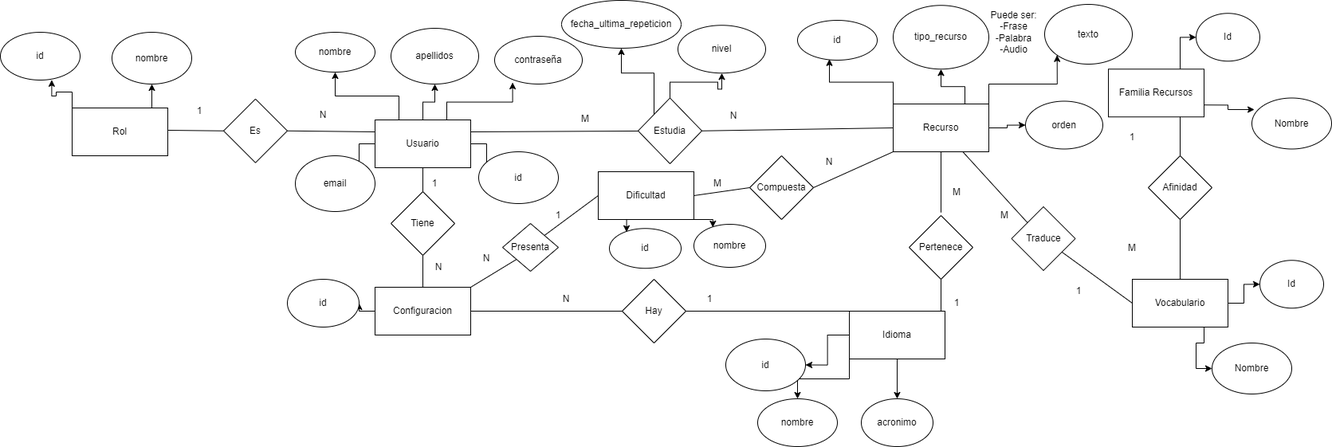
josu1995/TFM keeps this draw.io diagram as imagenes/base de datos.drawio.png. Above is the earlier version. Source tidied: cells renumbered, new cells last; positions are measured from the earlier drawing's top-left corner, leaving out a move shared by most shapes.
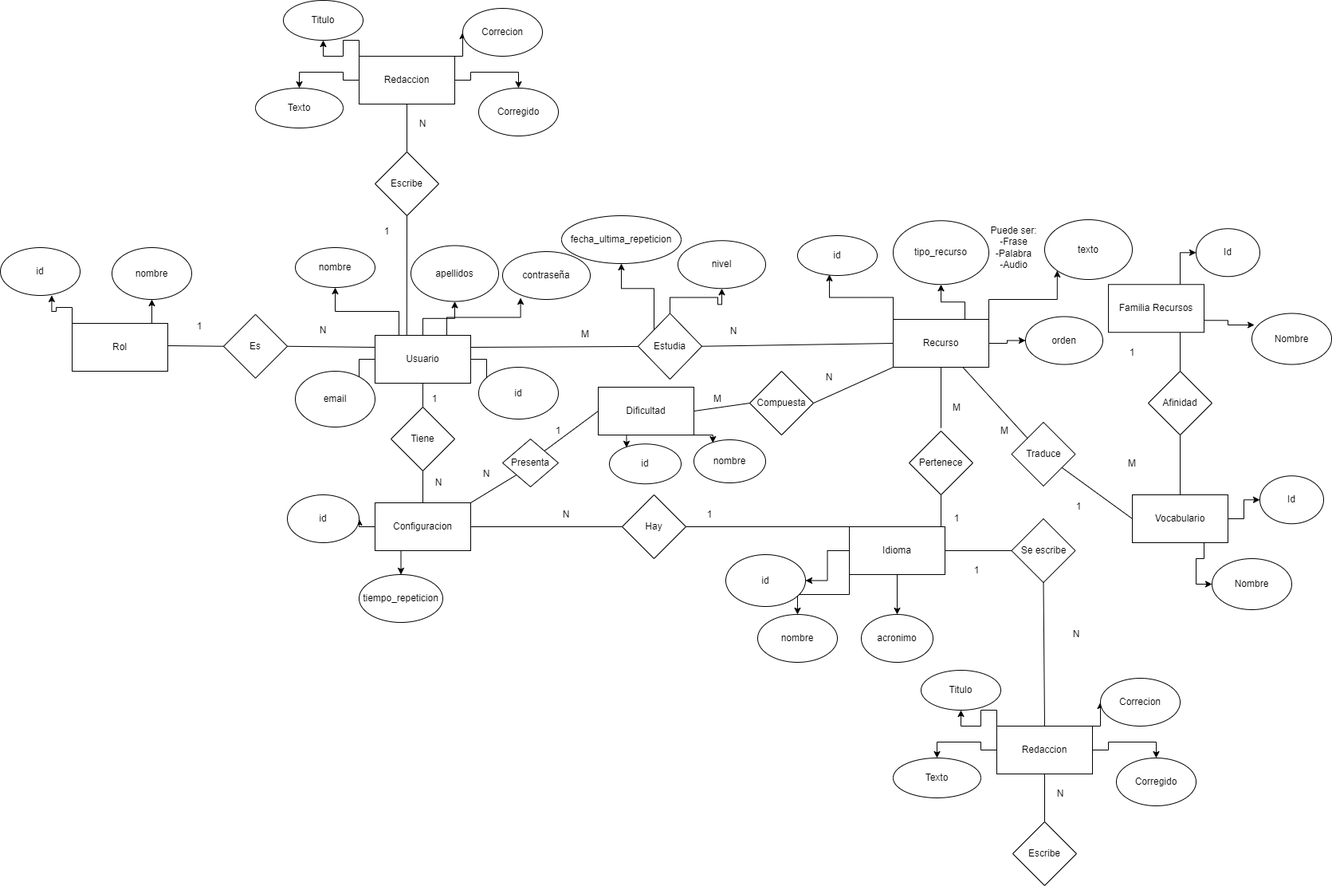
Above is the later version.

The edit, as a diff of the source:
```diff
@@ -24,13 +24,13 @@
       <mxGeometry x="370" y="40" width="100" height="50" as="geometry" />
     </mxCell>
     <mxCell id="9" value="apellidos" style="ellipse;whiteSpace=wrap;html=1;" parent="1" vertex="1">
-      <mxGeometry x="490" y="35" width="110" height="70" as="geometry" />
+      <mxGeometry x="515" y="37.5" width="110" height="70" as="geometry" />
     </mxCell>
     <mxCell id="10" value="email" style="ellipse;whiteSpace=wrap;html=1;" parent="1" vertex="1">
       <mxGeometry x="370" y="195" width="100" height="70" as="geometry" />
     </mxCell>
     <mxCell id="11" value="contraseña" style="ellipse;whiteSpace=wrap;html=1;" parent="1" vertex="1">
-      <mxGeometry x="620" y="45" width="110" height="60" as="geometry" />
+      <mxGeometry x="630" y="45" width="110" height="60" as="geometry" />
     </mxCell>
     <mxCell id="12" style="edgeStyle=orthogonalEdgeStyle;rounded=0;jettySize=auto;html=1;exitX=0;exitY=0.5;exitDx=0;exitDy=0;entryX=1;entryY=0.5;entryDx=0;entryDy=0;" parent="1" edge="1" source="14" target="27">
       <mxGeometry relative="1" as="geometry" />
@@ -315,5 +315,98 @@
     <mxCell id="103" value="M" style="text;html=1;strokeColor=none;fillColor=none;align=center;verticalAlign=middle;whiteSpace=wrap;rounded=0;" parent="1" vertex="1">
       <mxGeometry x="1390" y="296.2" width="60" height="30" as="geometry" />
     </mxCell>
+    <mxCell id="104" value="Escribe" style="rhombus;whiteSpace=wrap;html=1;" parent="1" vertex="1">
+      <mxGeometry x="470" y="-80" width="80" height="80" as="geometry" />
+    </mxCell>
+    <mxCell id="105" style="endArrow=none;html=1;rounded=0;entryX=0.5;entryY=1;entryDx=0;entryDy=0;exitX=0.332;exitY=0;exitDx=0;exitDy=0;exitPerimeter=0;" parent="1" edge="1" source="7" target="104">
+      <mxGeometry relative="1" as="geometry" />
+    </mxCell>
+    <mxCell id="106" style="edgeStyle=orthogonalEdgeStyle;rounded=0;jettySize=auto;html=1;exitX=0;exitY=0;exitDx=0;exitDy=0;entryX=0.5;entryY=1;entryDx=0;entryDy=0;" parent="1" edge="1" source="110" target="112">
+      <mxGeometry relative="1" as="geometry" />
+    </mxCell>
+    <mxCell id="107" style="edgeStyle=orthogonalEdgeStyle;rounded=0;jettySize=auto;html=1;exitX=1;exitY=0;exitDx=0;exitDy=0;entryX=0;entryY=0.5;entryDx=0;entryDy=0;" parent="1" edge="1" source="110" target="114">
+      <mxGeometry relative="1" as="geometry" />
+    </mxCell>
+    <mxCell id="108" style="edgeStyle=orthogonalEdgeStyle;rounded=0;jettySize=auto;html=1;exitX=1;exitY=0.5;exitDx=0;exitDy=0;entryX=0.5;entryY=0;entryDx=0;entryDy=0;" parent="1" edge="1" source="110" target="115">
+      <mxGeometry relative="1" as="geometry" />
+    </mxCell>
+    <mxCell id="109" style="edgeStyle=orthogonalEdgeStyle;rounded=0;jettySize=auto;html=1;exitX=0;exitY=0.5;exitDx=0;exitDy=0;entryX=0.5;entryY=0;entryDx=0;entryDy=0;" parent="1" edge="1" source="110" target="113">
+      <mxGeometry relative="1" as="geometry" />
+    </mxCell>
+    <mxCell id="110" value="Redaccion" style="rounded=0;whiteSpace=wrap;html=1;" parent="1" vertex="1">
+      <mxGeometry x="450" y="-200" width="120" height="60" as="geometry" />
+    </mxCell>
+    <mxCell id="111" style="endArrow=none;html=1;rounded=0;entryX=0.5;entryY=1;entryDx=0;entryDy=0;exitX=0.5;exitY=0;exitDx=0;exitDy=0;" parent="1" edge="1" source="104" target="110">
+      <mxGeometry relative="1" as="geometry" />
+    </mxCell>
+    <mxCell id="112" value="Titulo" style="ellipse;whiteSpace=wrap;html=1;" parent="1" vertex="1">
+      <mxGeometry x="355" y="-270" width="100" height="50" as="geometry" />
+    </mxCell>
+    <mxCell id="113" value="Texto" style="ellipse;whiteSpace=wrap;html=1;" parent="1" vertex="1">
+      <mxGeometry x="320" y="-160" width="110" height="50" as="geometry" />
+    </mxCell>
+    <mxCell id="114" value="Correcion" style="ellipse;whiteSpace=wrap;html=1;" parent="1" vertex="1">
+      <mxGeometry x="580" y="-260" width="100" height="60" as="geometry" />
+    </mxCell>
+    <mxCell id="115" value="Corregido" style="ellipse;whiteSpace=wrap;html=1;" parent="1" vertex="1">
+      <mxGeometry x="600" y="-160" width="100" height="60" as="geometry" />
+    </mxCell>
+    <mxCell id="116" value="N" style="text;html=1;strokeColor=none;fillColor=none;align=center;verticalAlign=middle;whiteSpace=wrap;rounded=0;" parent="1" vertex="1">
+      <mxGeometry x="500" y="-130" width="60" height="30" as="geometry" />
+    </mxCell>
+    <mxCell id="117" value="1" style="text;html=1;strokeColor=none;fillColor=none;align=center;verticalAlign=middle;whiteSpace=wrap;rounded=0;" parent="1" vertex="1">
+      <mxGeometry x="455" y="5" width="60" height="30" as="geometry" />
+    </mxCell>
+    <mxCell id="118" value="Escribe" style="rhombus;whiteSpace=wrap;html=1;" parent="1" vertex="1">
+      <mxGeometry x="1270" y="760" width="80" height="80" as="geometry" />
+    </mxCell>
+    <mxCell id="119" style="edgeStyle=orthogonalEdgeStyle;rounded=0;jettySize=auto;html=1;exitX=0;exitY=0;exitDx=0;exitDy=0;entryX=0.5;entryY=1;entryDx=0;entryDy=0;" parent="1" edge="1" source="123" target="125">
+      <mxGeometry relative="1" as="geometry" />
+    </mxCell>
+    <mxCell id="120" style="edgeStyle=orthogonalEdgeStyle;rounded=0;jettySize=auto;html=1;exitX=1;exitY=0;exitDx=0;exitDy=0;entryX=0;entryY=0.5;entryDx=0;entryDy=0;" parent="1" edge="1" source="123" target="127">
+      <mxGeometry relative="1" as="geometry" />
+    </mxCell>
+    <mxCell id="121" style="edgeStyle=orthogonalEdgeStyle;rounded=0;jettySize=auto;html=1;exitX=1;exitY=0.5;exitDx=0;exitDy=0;entryX=0.5;entryY=0;entryDx=0;entryDy=0;" parent="1" edge="1" source="123" target="128">
+      <mxGeometry relative="1" as="geometry" />
+    </mxCell>
+    <mxCell id="122" style="edgeStyle=orthogonalEdgeStyle;rounded=0;jettySize=auto;html=1;exitX=0;exitY=0.5;exitDx=0;exitDy=0;entryX=0.5;entryY=0;entryDx=0;entryDy=0;" parent="1" edge="1" source="123" target="126">
+      <mxGeometry relative="1" as="geometry" />
+    </mxCell>
+    <mxCell id="123" value="Redaccion" style="rounded=0;whiteSpace=wrap;html=1;" parent="1" vertex="1">
+      <mxGeometry x="1250" y="640" width="120" height="60" as="geometry" />
+    </mxCell>
+    <mxCell id="124" style="endArrow=none;html=1;rounded=0;entryX=0.5;entryY=1;entryDx=0;entryDy=0;exitX=0.5;exitY=0;exitDx=0;exitDy=0;" parent="1" edge="1" source="118" target="123">
+      <mxGeometry relative="1" as="geometry" />
+    </mxCell>
+    <mxCell id="125" value="Titulo" style="ellipse;whiteSpace=wrap;html=1;" parent="1" vertex="1">
+      <mxGeometry x="1155" y="570" width="100" height="50" as="geometry" />
+    </mxCell>
+    <mxCell id="126" value="Texto" style="ellipse;whiteSpace=wrap;html=1;" parent="1" vertex="1">
+      <mxGeometry x="1120" y="680" width="110" height="50" as="geometry" />
+    </mxCell>
+    <mxCell id="127" value="Correcion" style="ellipse;whiteSpace=wrap;html=1;" parent="1" vertex="1">
+      <mxGeometry x="1380" y="580" width="100" height="60" as="geometry" />
+    </mxCell>
+    <mxCell id="128" value="Corregido" style="ellipse;whiteSpace=wrap;html=1;" parent="1" vertex="1">
+      <mxGeometry x="1400" y="680" width="100" height="60" as="geometry" />
+    </mxCell>
+    <mxCell id="129" value="N" style="text;html=1;strokeColor=none;fillColor=none;align=center;verticalAlign=middle;whiteSpace=wrap;rounded=0;" parent="1" vertex="1">
+      <mxGeometry x="1300" y="710" width="60" height="30" as="geometry" />
+    </mxCell>
+    <mxCell id="130" value="Se escribe" style="rhombus;whiteSpace=wrap;html=1;" parent="1" vertex="1">
+      <mxGeometry x="1268.5" y="380" width="80" height="80" as="geometry" />
+    </mxCell>
+    <mxCell id="131" style="endArrow=none;html=1;rounded=0;entryX=0.5;entryY=1;entryDx=0;entryDy=0;exitX=0.5;exitY=0;exitDx=0;exitDy=0;" parent="1" edge="1" source="123" target="130">
+      <mxGeometry relative="1" as="geometry" />
+    </mxCell>
+    <mxCell id="132" style="endArrow=none;html=1;rounded=0;entryX=0;entryY=0.5;entryDx=0;entryDy=0;exitX=1;exitY=0.5;exitDx=0;exitDy=0;" parent="1" edge="1" source="35" target="130">
+      <mxGeometry relative="1" as="geometry" />
+    </mxCell>
+    <mxCell id="133" value="1" style="text;html=1;strokeColor=none;fillColor=none;align=center;verticalAlign=middle;whiteSpace=wrap;rounded=0;" parent="1" vertex="1">
+      <mxGeometry x="1195" y="430" width="60" height="30" as="geometry" />
+    </mxCell>
+    <mxCell id="134" value="N" style="text;html=1;strokeColor=none;fillColor=none;align=center;verticalAlign=middle;whiteSpace=wrap;rounded=0;" parent="1" vertex="1">
+      <mxGeometry x="1320" y="510" width="60" height="30" as="geometry" />
+    </mxCell>
   </root>
 </mxGraphModel>
```
